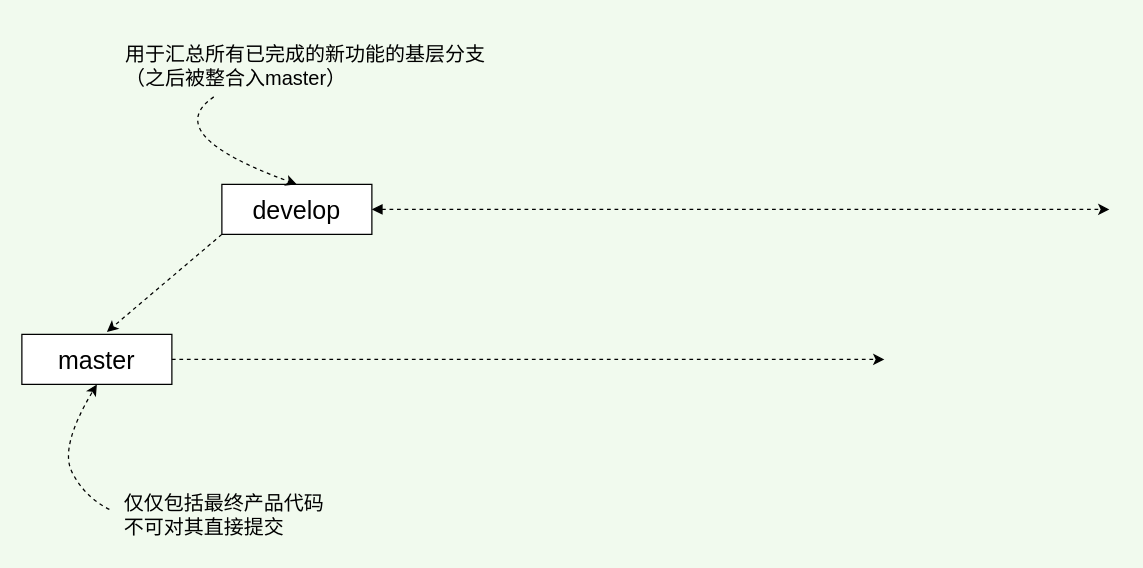
This is Git分支策略.drawio from Cy-Draw/Flowchart, a draw.io file, before an edit. Source tidied: cells renumbered, new cells numbered last; positions are measured from the earlier drawing's top-left corner, leaving out a move shared by most shapes. Both pictures are drawn from the tidied source at 125%, with x=0, y=0 at pixel (21, 34).
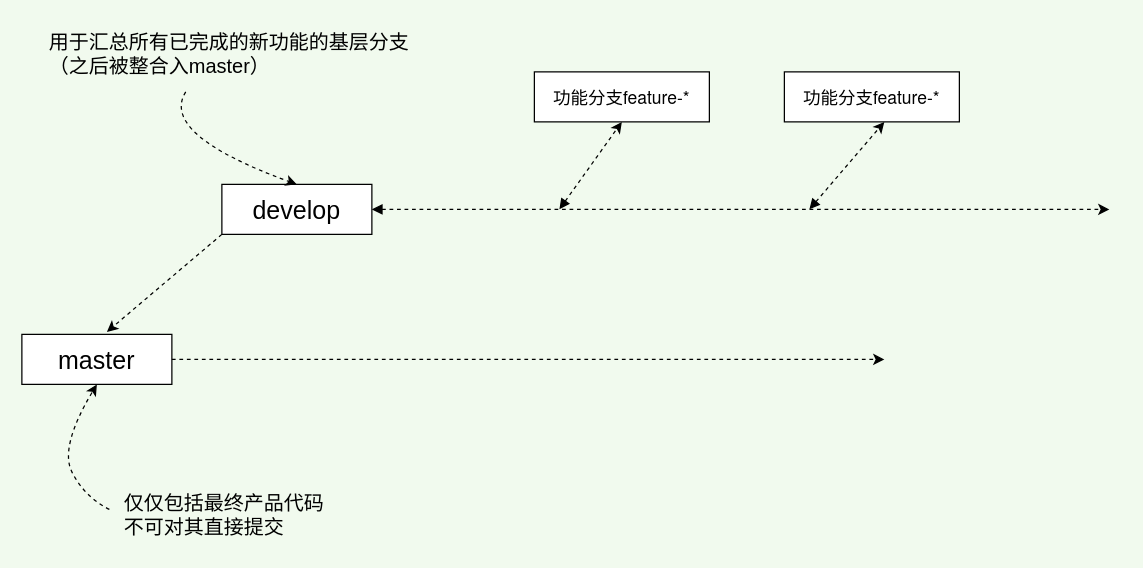
The same diagram, later.

Commit message (it also covers changes not shown here):
更新Git分支策略.drawio

The change refers to these unchanged cells:
```xml
<mxCell id="5" value="develop" style="rounded=0;whiteSpace=wrap;html=1;fontSize=20;" parent="1" vertex="1">
  <mxGeometry x="160" y="120" width="120" height="40" as="geometry" />
</mxCell>
```

What changed in the source:
```diff
@@
     <mxCell id="8" value="用于汇总所有已完成的新功能的基层分支&lt;br&gt;（之后被整合入master）" style="text;html=1;strokeColor=none;fillColor=none;align=left;verticalAlign=top;whiteSpace=wrap;rounded=0;fontSize=16;" parent="1" vertex="1">
-      <mxGeometry x="81" width="290" height="50" as="geometry" />
+      <mxGeometry x="20" y="-10" width="290" height="50" as="geometry" />
     </mxCell>
-    <mxCell id="9" style="curved=1;endArrow=classic;html=1;rounded=0;dashed=1;fontSize=16;entryX=0.5;entryY=0;entryDx=0;entryDy=0;exitX=0.25;exitY=1;exitDx=0;exitDy=0;" parent="1" edge="1" source="8" target="5">
+    <mxCell id="9" style="curved=1;endArrow=classic;html=1;rounded=0;dashed=1;fontSize=16;entryX=0.5;entryY=0;entryDx=0;entryDy=0;exitX=0.383;exitY=1.12;exitDx=0;exitDy=0;exitPerimeter=0;" parent="1" edge="1" source="8" target="5">
       <mxGeometry relative="1" as="geometry">
         <Array as="points">
           <mxPoint x="110" y="80" />
         </Array>
       </mxGeometry>
     </mxCell>
@@
+    <mxCell id="11" style="endArrow=classic;html=1;rounded=0;dashed=1;fontSize=16;entryX=0.5;entryY=1;entryDx=0;entryDy=0;startArrow=block;startFill=1;" parent="1" edge="1">
+      <mxGeometry relative="1" as="geometry">
+        <mxPoint x="630" y="140" as="sourcePoint" />
+        <mxPoint x="690" y="70" as="targetPoint" />
+      </mxGeometry>
+    </mxCell>
+    <mxCell id="12" value="功能分支&lt;span style=&quot;font-family: &amp;quot;PingFang SC&amp;quot;, &amp;quot;Microsoft YaHei&amp;quot;, &amp;quot;Helvetica Neue&amp;quot;, Helvetica, Arial, sans-serif; font-size: 14px; text-align: left; background-color: rgb(255, 255, 255);&quot;&gt;feature-*&lt;/span&gt;" style="rounded=0;whiteSpace=wrap;html=1;fontSize=14;" parent="1" vertex="1">
+      <mxGeometry x="410" y="30" width="140" height="40" as="geometry" />
+    </mxCell>
+    <mxCell id="13" style="endArrow=classic;html=1;rounded=0;dashed=1;fontSize=16;entryX=0.5;entryY=1;entryDx=0;entryDy=0;startArrow=block;startFill=1;" parent="1" edge="1" target="12">
+      <mxGeometry relative="1" as="geometry">
+        <mxPoint x="430" y="140" as="sourcePoint" />
+      </mxGeometry>
+    </mxCell>
+    <mxCell id="14" value="功能分支&lt;span style=&quot;font-family: &amp;quot;PingFang SC&amp;quot;, &amp;quot;Microsoft YaHei&amp;quot;, &amp;quot;Helvetica Neue&amp;quot;, Helvetica, Arial, sans-serif; font-size: 14px; text-align: left; background-color: rgb(255, 255, 255);&quot;&gt;feature-*&lt;/span&gt;" style="rounded=0;whiteSpace=wrap;html=1;fontSize=14;" parent="1" vertex="1">
+      <mxGeometry x="610" y="30" width="140" height="40" as="geometry" />
+    </mxCell>
```
